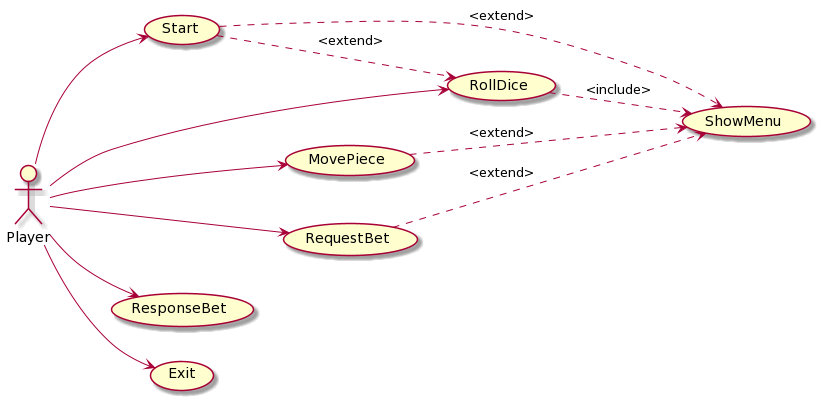
USantaTecla-game-backgammon/backgammon keeps this PlantUML diagram as rup/usecase/use_cases.png. Above is the earlier version.
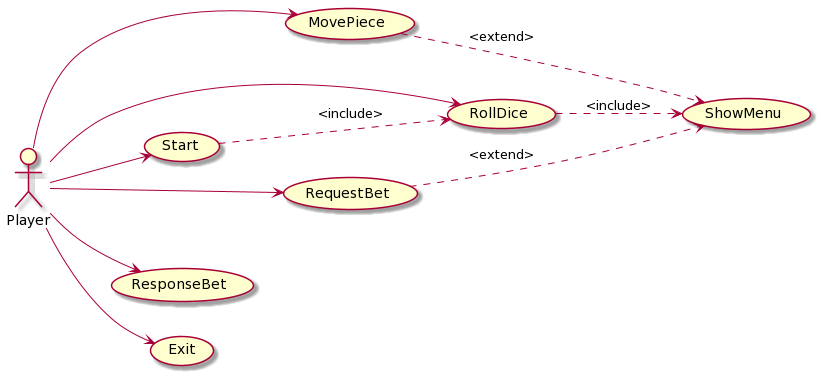
After the commit.

The edit, as a diff of the source:
```diff
@@ -12,8 +12,7 @@
 usecase ShowMenu
 
 Player --> Start
-Start ..> ShowMenu : <extend>
-Start ..> RollDice : <extend>
+Start ..> RollDice : <include>
 Player --> MovePiece
 MovePiece ..> ShowMenu : <extend>
 Player --> RequestBet
```
